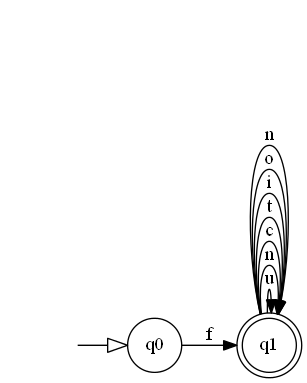
This is x.gv.png from cgomez29/OLC1_Proyecto1_-201801480, a Graphviz export, as it was before one commit. Its source is kept beside it as x.gv.
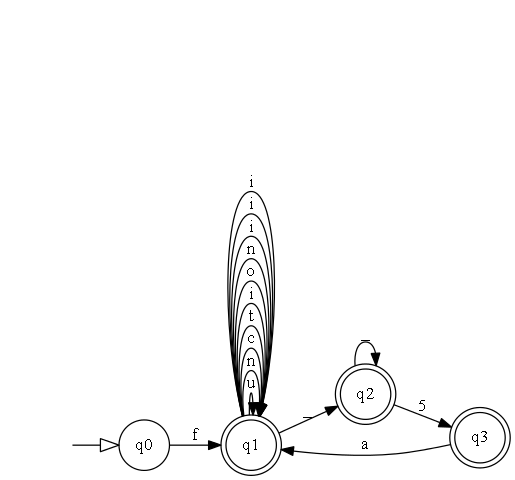
After the change.

What changed in the source:
```diff
@@ -11,6 +11,13 @@
 	q1
 	q1
 	q1
+	q2
+	q2
+	q3
+	q1
+	q1
+	q1
+	q1
 	q0 -> q1 [label=f]
 	q1 -> q1 [label=u]
 	q1 -> q1 [label=n]
@@ -19,6 +26,13 @@
 	q1 -> q1 [label=i]
 	q1 -> q1 [label=o]
 	q1 -> q1 [label=n]
+	q1 -> q2 [label=_]
+	q1 -> q1 [label=i]
+	q1 -> q1 [label=i]
+	q1 -> q1 [label=i]
+	q2 -> q2 [label=_]
+	q2 -> q3 [label=5]
+	q3 -> q1 [label=a]
 	node [shape=none]
 	edge [arrowhead=empty arrowsize=1.5]
 	"" -> q0
```
